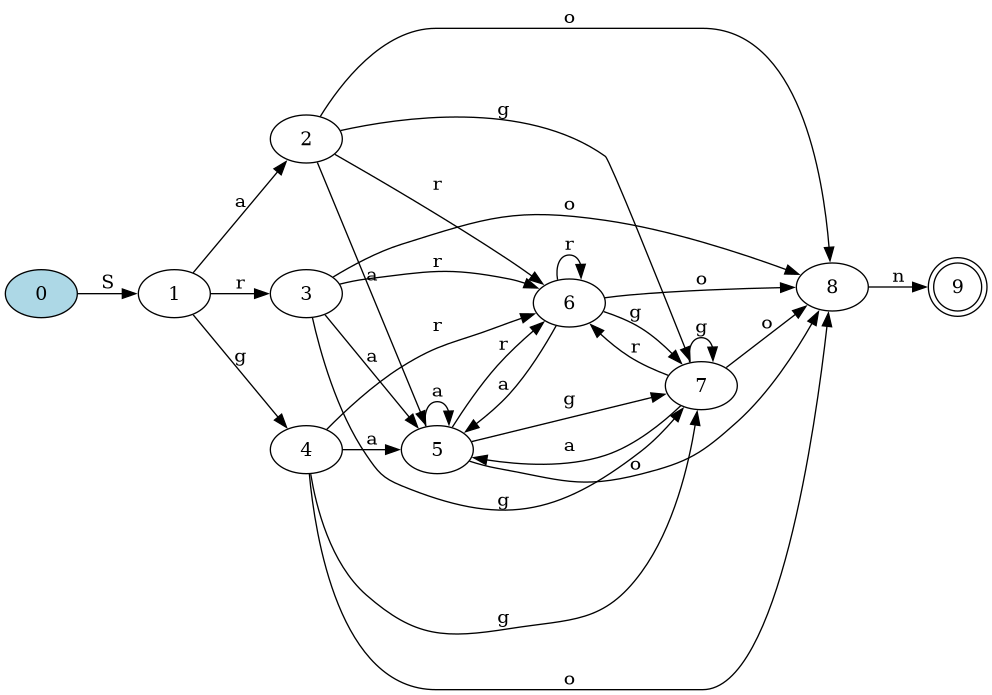
Above: DFA.png in Daniel-Sima/Clone-of-the-egrep-UNIX-command (Graphviz), before the change. Its source is kept beside it as DFA.dot.
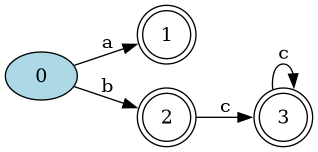
The same diagram one commit later.

The edit, as a diff of the source:
```diff
@@ -1,36 +1,13 @@
 digraph {
 	rankdir=LR;
 
-	9 [shape=doublecircle]
+	1 [shape=doublecircle]
+	2 [shape=doublecircle]
+	3 [shape=doublecircle]
 	0 [style=filled, fillcolor="lightblue"]
 
-	0->1 [label= "S"];
-	1->2 [label= "a"];
-	1->3 [label= "r"];
-	1->4 [label= "g"];
-	2->5 [label= "a"];
-	2->6 [label= "r"];
-	2->7 [label= "g"];
-	2->8 [label= "o"];
-	3->5 [label= "a"];
-	3->6 [label= "r"];
-	3->7 [label= "g"];
-	3->8 [label= "o"];
-	4->5 [label= "a"];
-	4->6 [label= "r"];
-	4->7 [label= "g"];
-	4->8 [label= "o"];
-	5->5 [label= "a"];
-	5->6 [label= "r"];
-	5->7 [label= "g"];
-	5->8 [label= "o"];
-	6->5 [label= "a"];
-	6->6 [label= "r"];
-	6->7 [label= "g"];
-	6->8 [label= "o"];
-	7->5 [label= "a"];
-	7->6 [label= "r"];
-	7->7 [label= "g"];
-	7->8 [label= "o"];
-	8->9 [label= "n"];
+	0->1 [label= "a"];
+	0->2 [label= "b"];
+	2->3 [label= "c"];
+	3->3 [label= "c"];
 }
```
